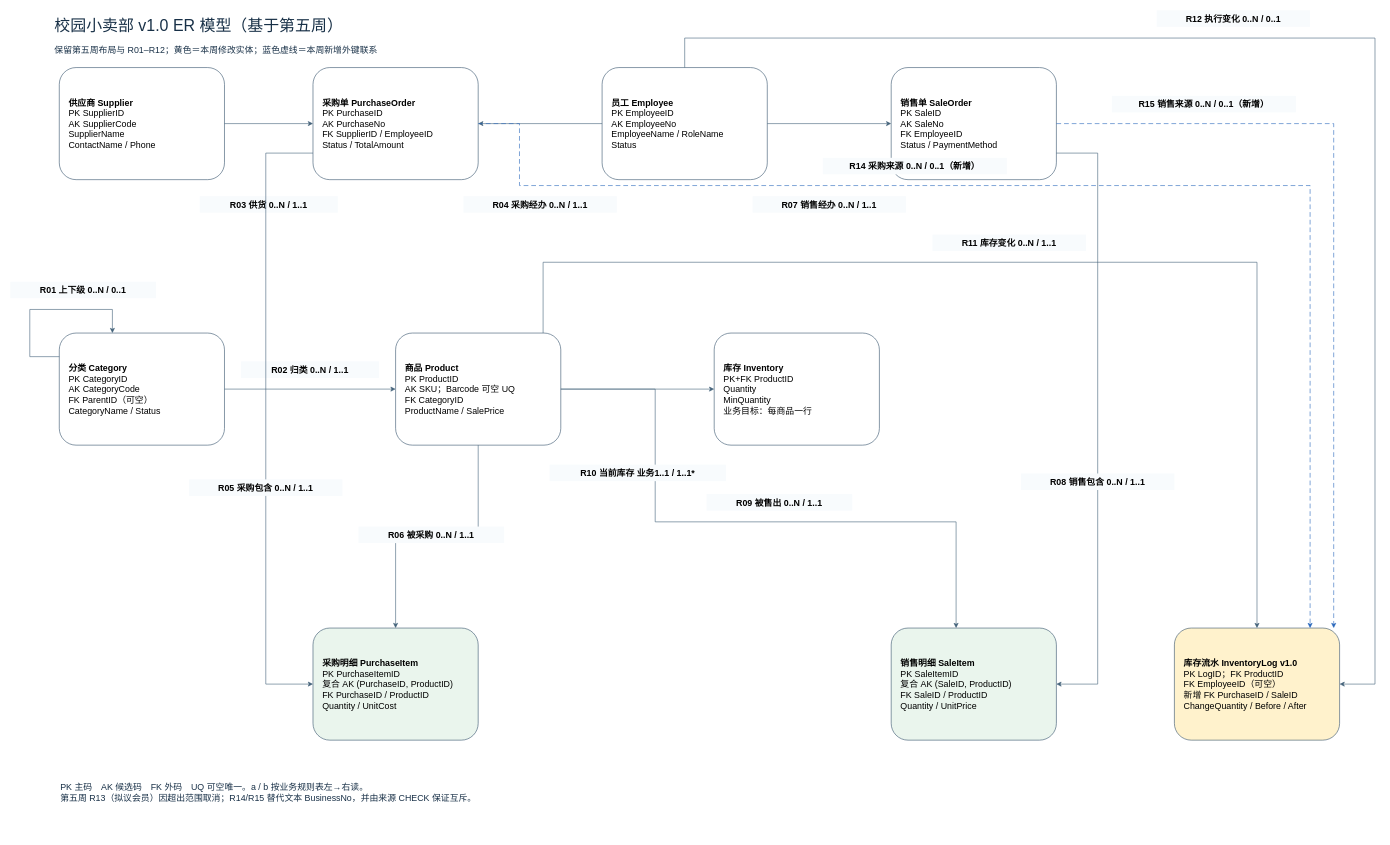
Above: docs/week6-normalization/week6-er.drawio in yunf161/DataBase-2026-lab (draw.io), before the change. Source tidied: cells renumbered, new cells numbered last; positions are measured from the earlier drawing's top-left corner, leaving out a move shared by most shapes. Both pictures are drawn from the tidied source at 59%, with x=0, y=0 at pixel (10, 10).
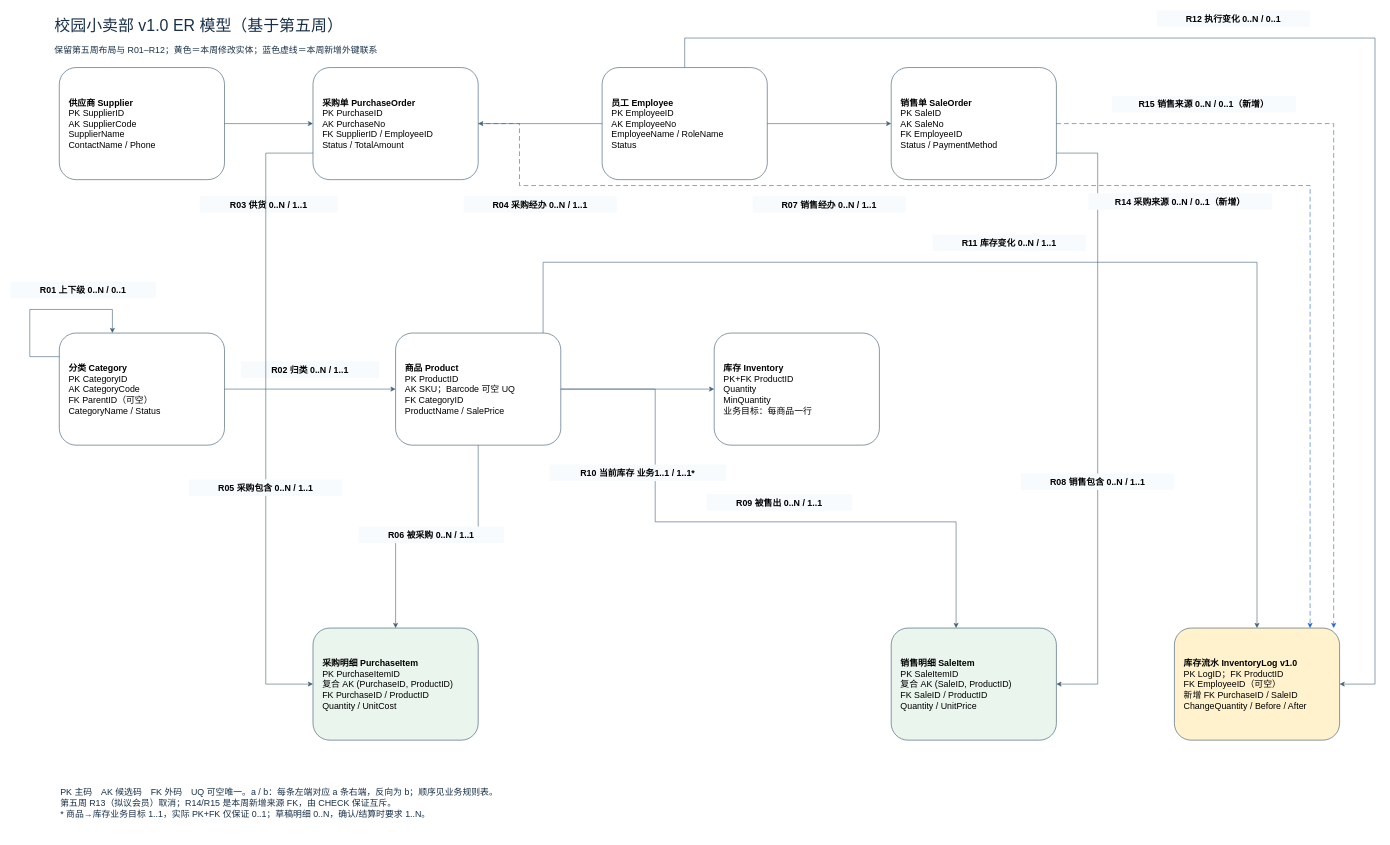
Above is the later version.

Change to the diagram source:
```diff
@@
-    <mxCell id="4" value="PK 主码　AK 候选码　FK 外码　UQ 可空唯一。a / b 按业务规则表左→右读。&lt;br&gt;第五周 R13（拟议会员）因超出范围取消；R14/R15 替代文本 BusinessNo，并由来源 CHECK 保证互斥。" style="text;html=1;align=left;verticalAlign=middle;fontSize=15;fontColor=#183047;whiteSpace=wrap;" parent="1" vertex="1">
-      <mxGeometry x="83" y="1287" width="2180" height="75" as="geometry" />
+    <mxCell id="4" value="PK 主码　AK 候选码　FK 外码　UQ 可空唯一。a / b：每条左端对应 a 条右端，反向为 b；顺序见业务规则表。&lt;br&gt;第五周 R13（拟议会员）取消；R14/R15 是本周新增来源 FK，由 CHECK 保证互斥。&lt;br&gt;* 商品→库存业务目标 1..1，实际 PK+FK 仅保证 0..1；草稿明细 0..N，确认/结算时要求 1..N。" style="text;html=1;align=left;verticalAlign=middle;fontSize=15;fontColor=#183047;whiteSpace=wrap;" parent="1" vertex="1">
+      <mxGeometry x="83" y="1287" width="2180" height="112" as="geometry" />
     </mxCell>
@@
     <mxCell id="40" value="R14 采购来源 0..N / 0..1（新增）" style="text;html=1;align=center;verticalAlign=middle;fontSize=15;fontStyle=1;fillColor=#f8fbfd;strokeColor=none;whiteSpace=wrap;" parent="1" vertex="1">
-      <mxGeometry x="1377" y="250" width="312" height="28" as="geometry" />
+      <mxGeometry x="1827" y="310" width="312" height="28" as="geometry" />
     </mxCell>
```
